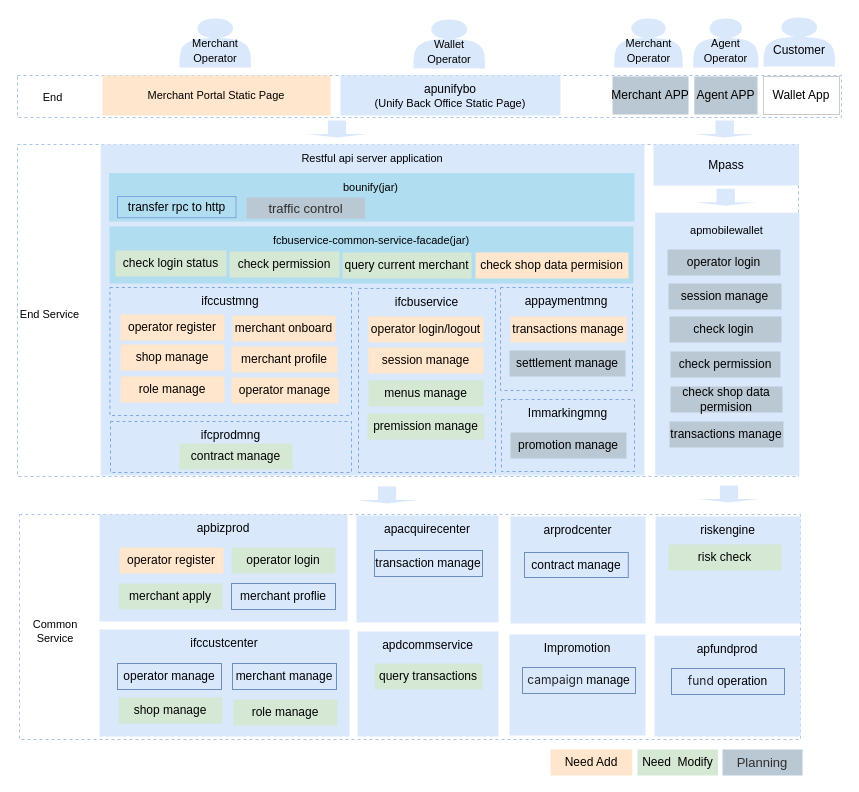
Earlier version of the draw.io diagram page "架构图" (1 of 5) of Merchant portal.drawio (renqiuming/drawio). Source tidied: cells renumbered, new cells numbered last; positions are measured from the earlier drawing's top-left corner, leaving out a move shared by most shapes. Both pictures are drawn from the tidied source at 100%, with x=0, y=0 at pixel (17, 17).
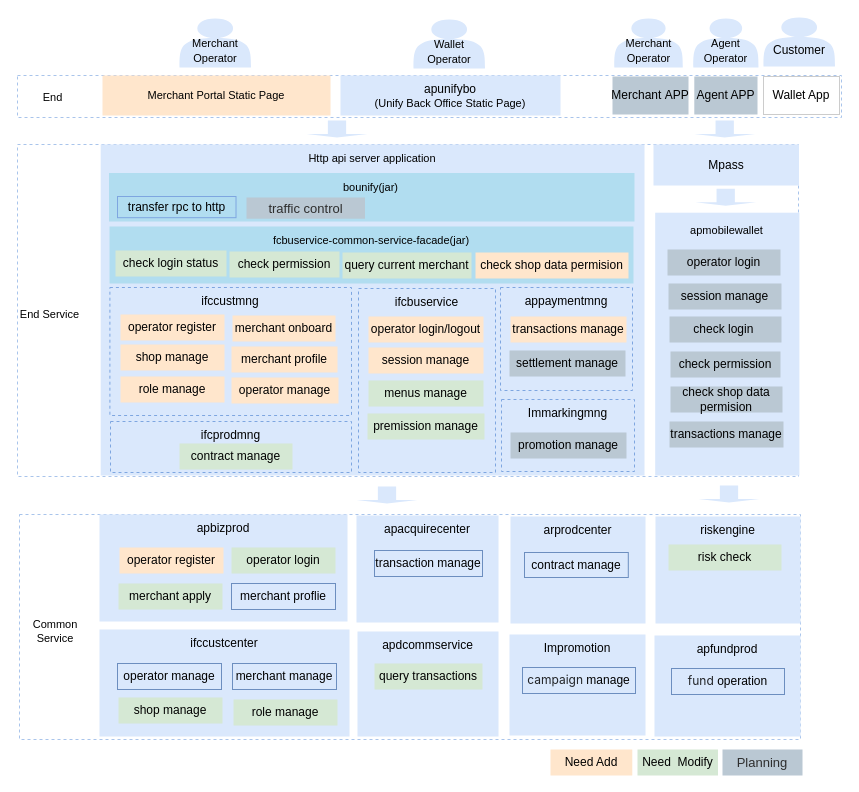
The same page after the edit.

Diff of the diagram source:
```diff
@@
-    <mxCell id="5" value="&lt;span style=&quot;font-size: 11px;&quot;&gt;Restful api server application&lt;/span&gt;" style="rounded=0;whiteSpace=wrap;html=1;fillColor=#dae8fc;strokeColor=none;verticalAlign=top;" parent="1" vertex="1">
+    <mxCell id="5" value="&lt;span style=&quot;font-size: 11px;&quot;&gt;Http api server application&lt;/span&gt;" style="rounded=0;whiteSpace=wrap;html=1;fillColor=#dae8fc;strokeColor=none;verticalAlign=top;" parent="1" vertex="1">
       <mxGeometry x="83.2" y="127" width="543.8" height="331" as="geometry" />
     </mxCell>
```
